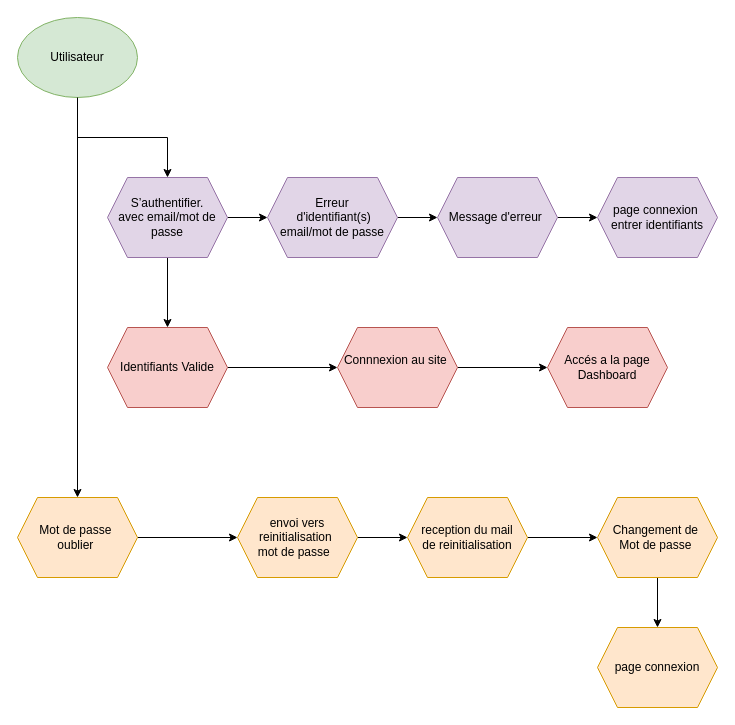
Before: Diagramme de cas d’usage – Connexion.drawio in frederic5962/Learn-Home_p10, a draw.io diagram. Source tidied: cells renumbered, new cells numbered last; positions are measured from the earlier drawing's top-left corner, leaving out a move shared by most shapes. Both pictures are drawn from the tidied source at 100%, with x=0, y=0 at pixel (17, 17).
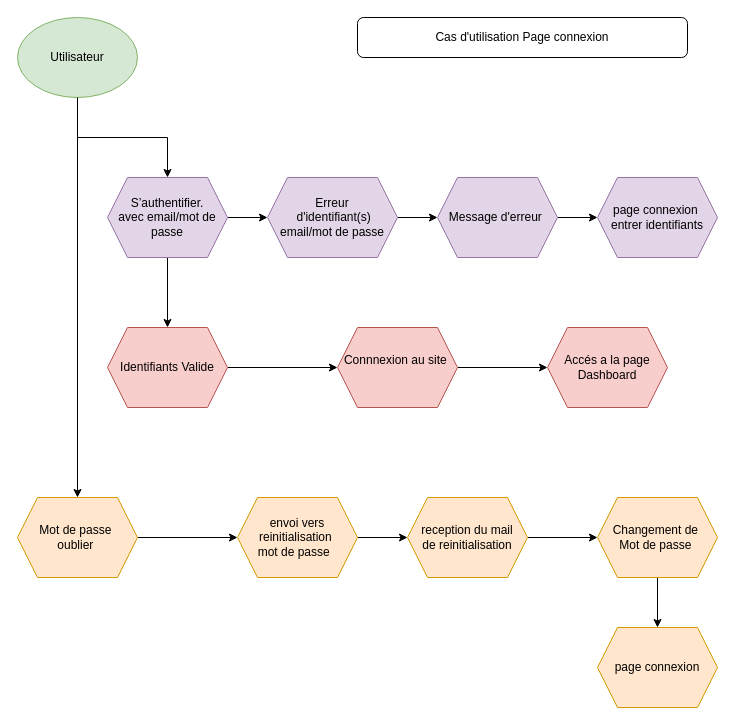
Above is the later version.

Commit message (it also covers changes not shown here):
Mettre à jour Diagramme de cas d’usage – Connexion.drawio

Change to the diagram source:
```diff
@@
+    <mxCell id="27" value="Cas d'utilisation Page connexion" style="rounded=1;whiteSpace=wrap;html=1;" parent="1" vertex="1">
+      <mxGeometry x="340" width="330" height="40" as="geometry" />
+    </mxCell>
+    <mxCell id="28" style="edgeStyle=orthogonalEdgeStyle;rounded=0;orthogonalLoop=1;jettySize=auto;html=1;exitX=0.5;exitY=1;exitDx=0;exitDy=0;" parent="1" edge="1" source="27" target="27">
+      <mxGeometry relative="1" as="geometry" />
+    </mxCell>
```
